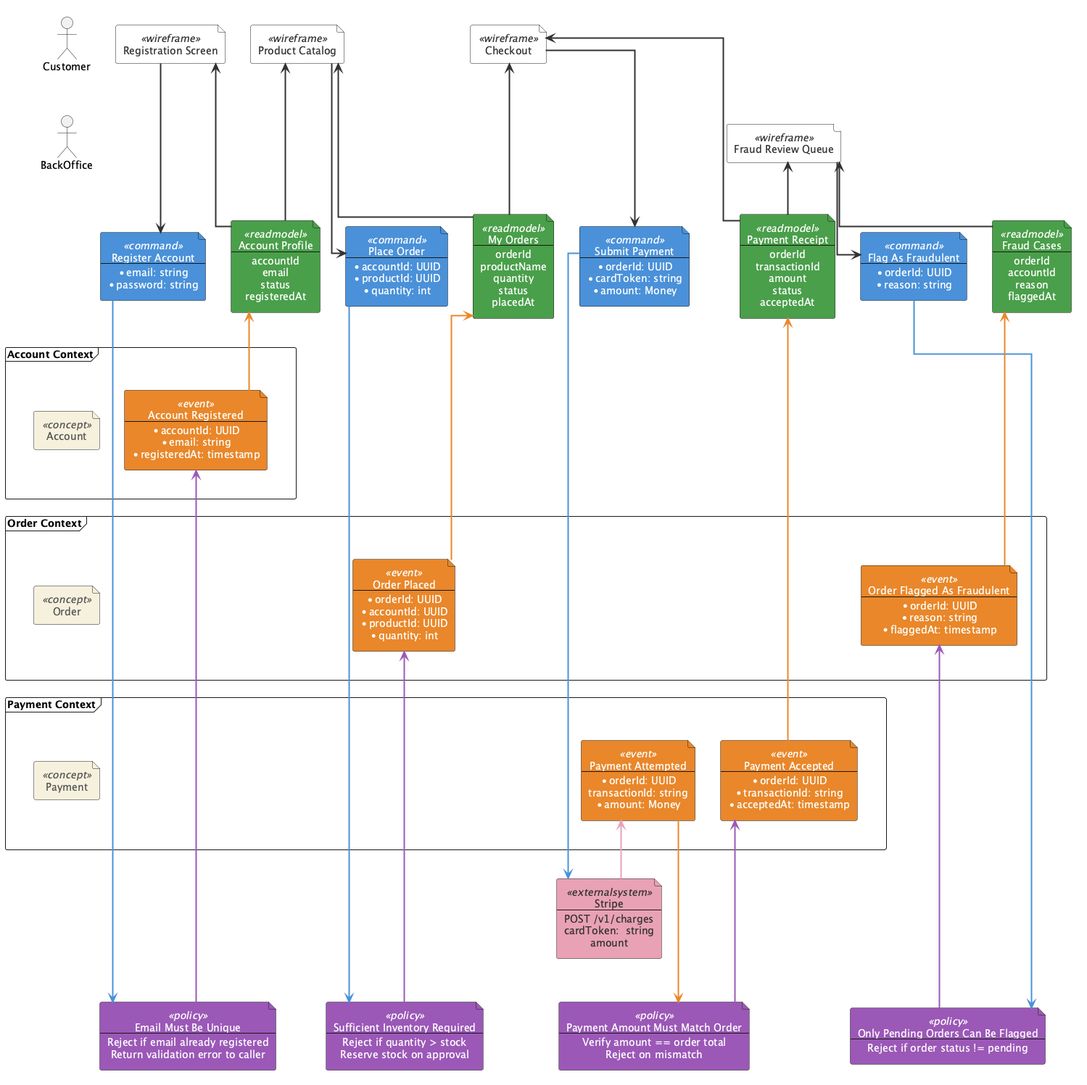
The PlantUML diagram examples/04-policies-and-integrations.png in milehimikey/event-model-plantuml, before a commit.
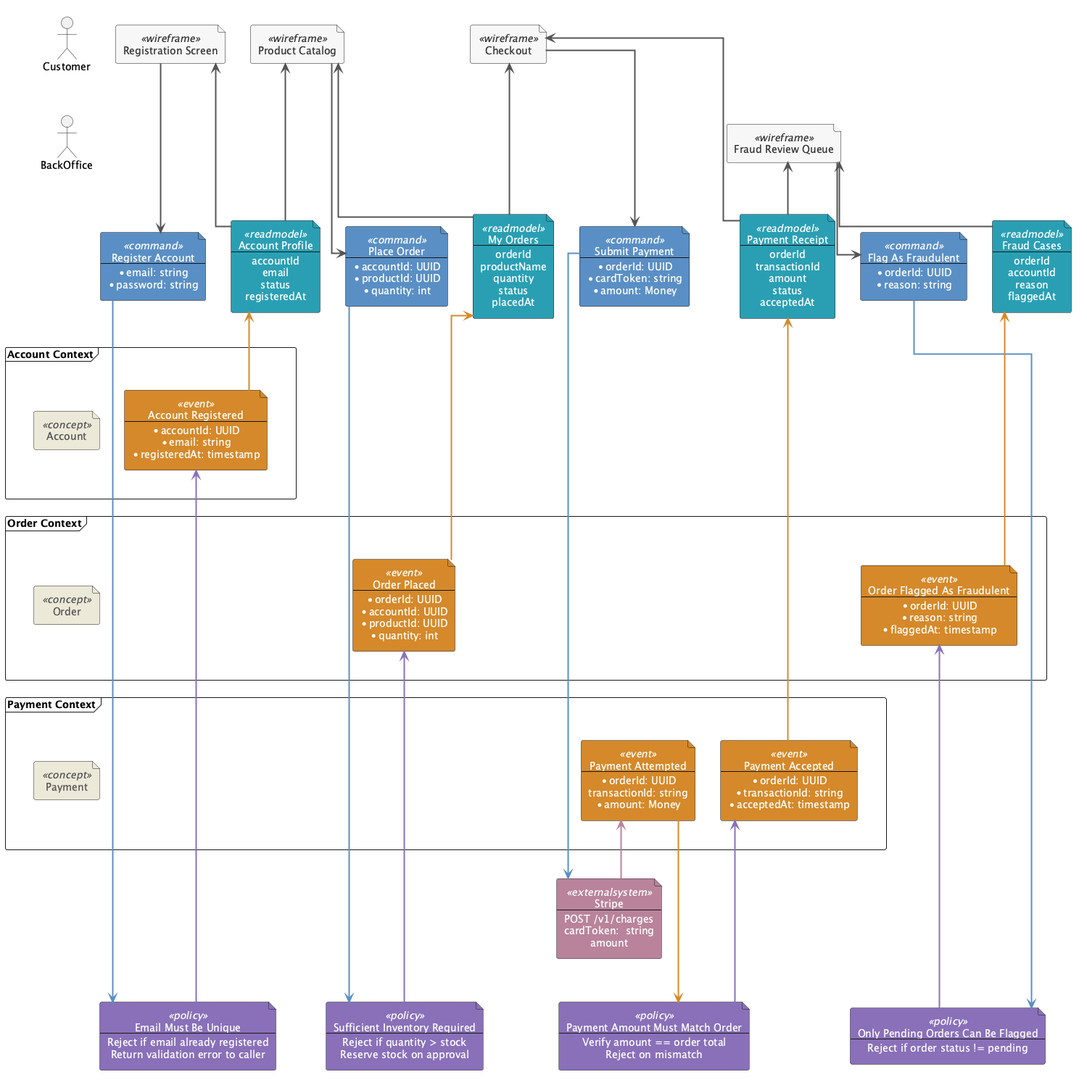
Later version of the same file.

What changed in the source:
```diff
@@ -1,6 +1,6 @@
 @startuml
 
-!include_once https://raw.githubusercontent.com/milehimikey/event-model-plantuml/main/event-model-plantuml.iuml
+!include_once /Users/mikey/projects/event-modeling/event-model-plantuml/event-model-plantuml.iuml
 
 $enableAutoAlias()
 $enableAutoLayout()
```
